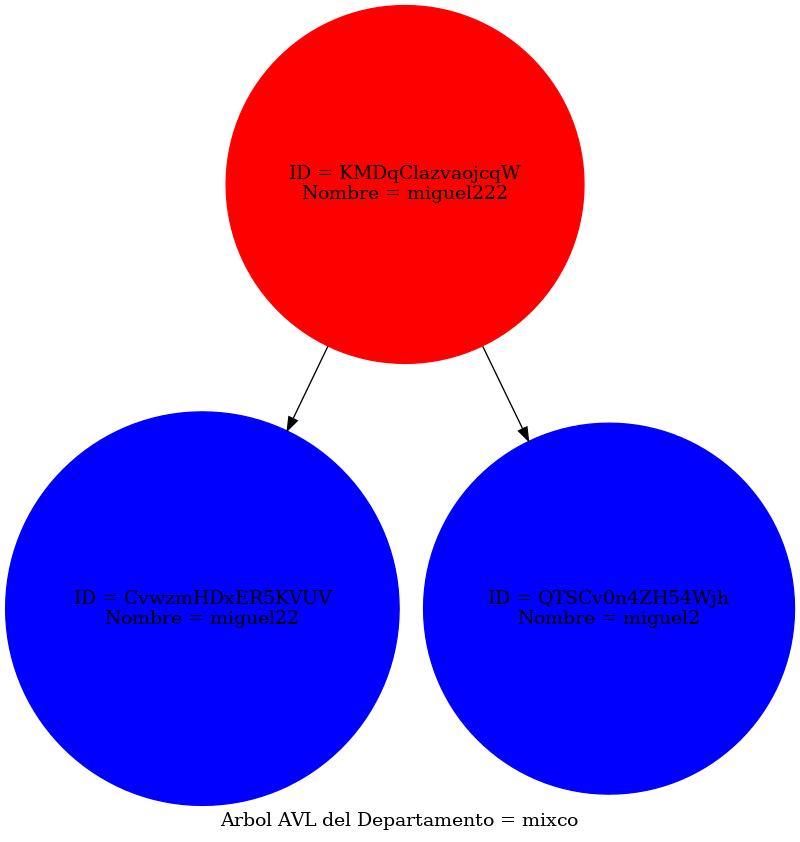
Above: src/Reportes/arbol_Dep.png in miguel-tubac/-EDD-Proyecto1_202101927 (Graphviz), before the change. Its source is kept beside it as src/Reportes/arbol_Dep.dot.
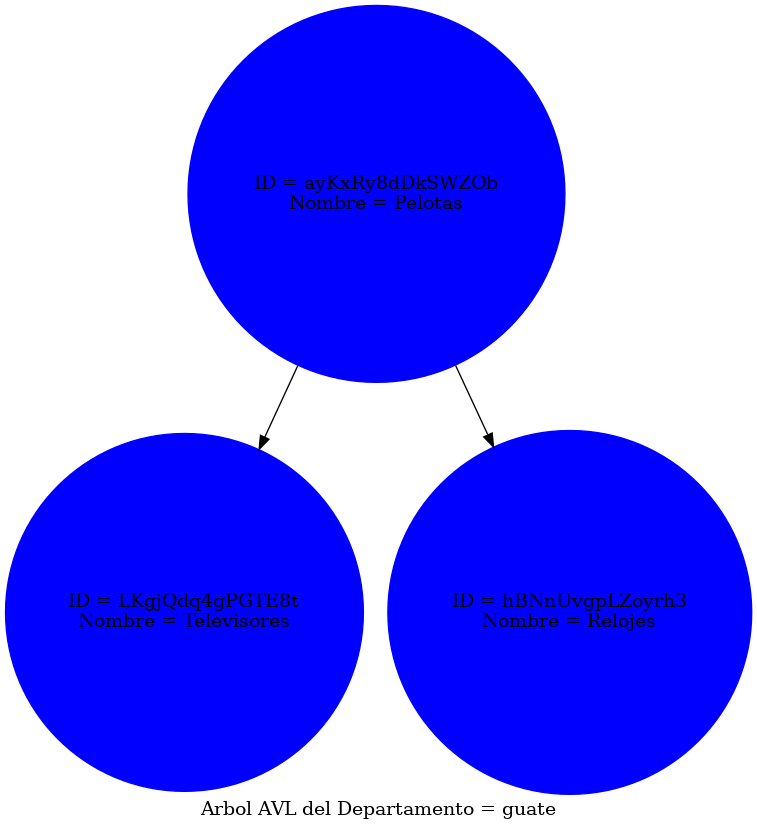
Later version of the same file.

The edit, as a diff of the source:
```diff
@@ -1,9 +1,9 @@
 digraph AVLTree {
-	label="Arbol AVL del Departamento = mixco";
+	label="Arbol AVL del Departamento = guate";
     node [shape=circle];
-    "KMDqClazvaojcqW" [color= red, style=filled label="ID = KMDqClazvaojcqW\nNombre = miguel222"];
-    "KMDqClazvaojcqW" -> "CvwzmHDxER5KVUV";
-    "CvwzmHDxER5KVUV" [color= blue, style=filled label="ID = CvwzmHDxER5KVUV\nNombre = miguel22"];
-    "KMDqClazvaojcqW" -> "QTSCv0n4ZH54Wjh";
-    "QTSCv0n4ZH54Wjh" [color= blue, style=filled label="ID = QTSCv0n4ZH54Wjh\nNombre = miguel2"];
+    "ayKxRy8dDkSWZOb" [color= blue, style=filled label="ID = ayKxRy8dDkSWZOb\nNombre = Pelotas"];
+    "ayKxRy8dDkSWZOb" -> "LKgjQdq4gPGTE8t";
+    "LKgjQdq4gPGTE8t" [color= blue, style=filled label="ID = LKgjQdq4gPGTE8t\nNombre = Televisores"];
+    "ayKxRy8dDkSWZOb" -> "hBNnUvgpLZoyrh3";
+    "hBNnUvgpLZoyrh3" [color= blue, style=filled label="ID = hBNnUvgpLZoyrh3\nNombre = Relojes"];
 }
```
